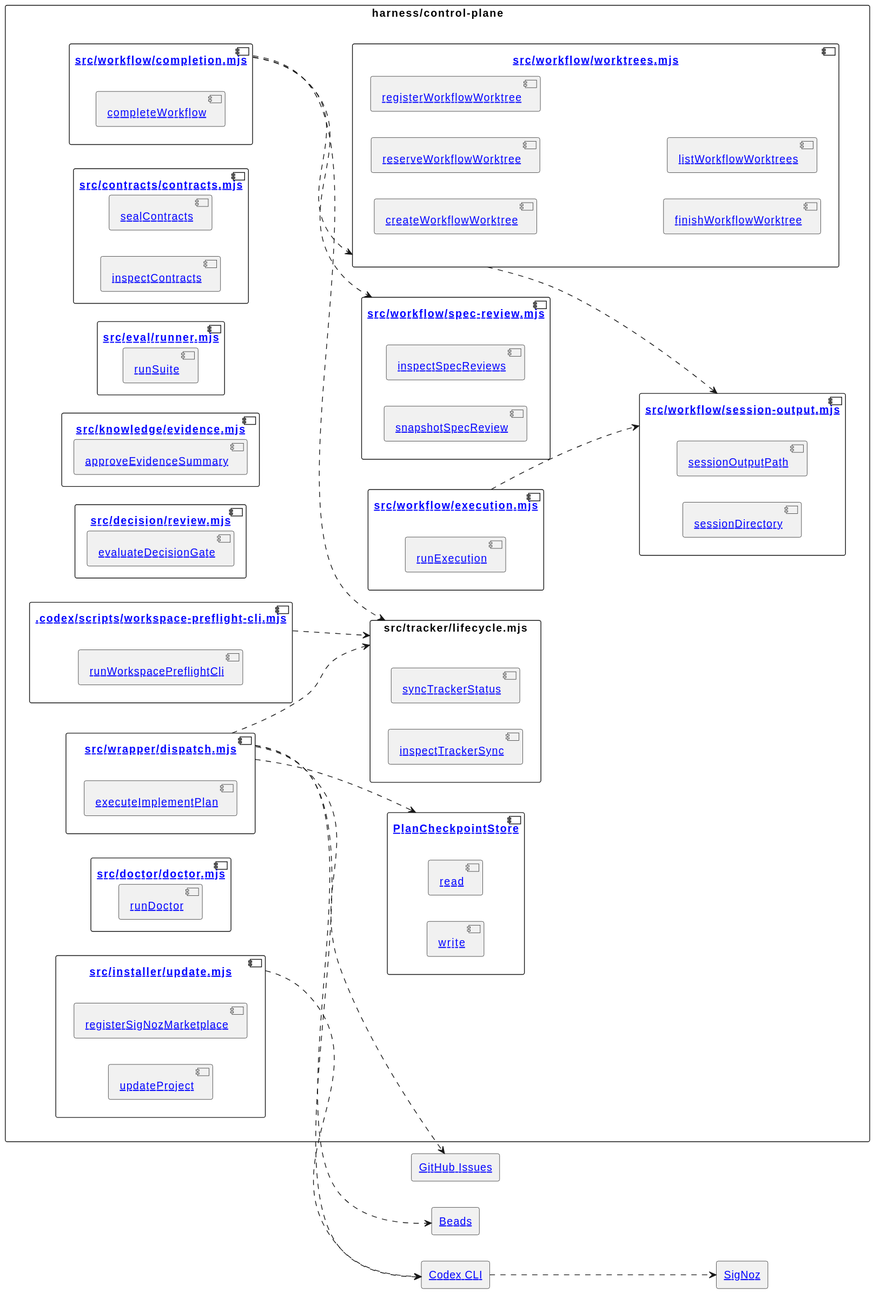
omegafrog/harness-codex keeps this PlantUML diagram as docs/contracts/diagrams/ddd.svg. Above is the earlier version.
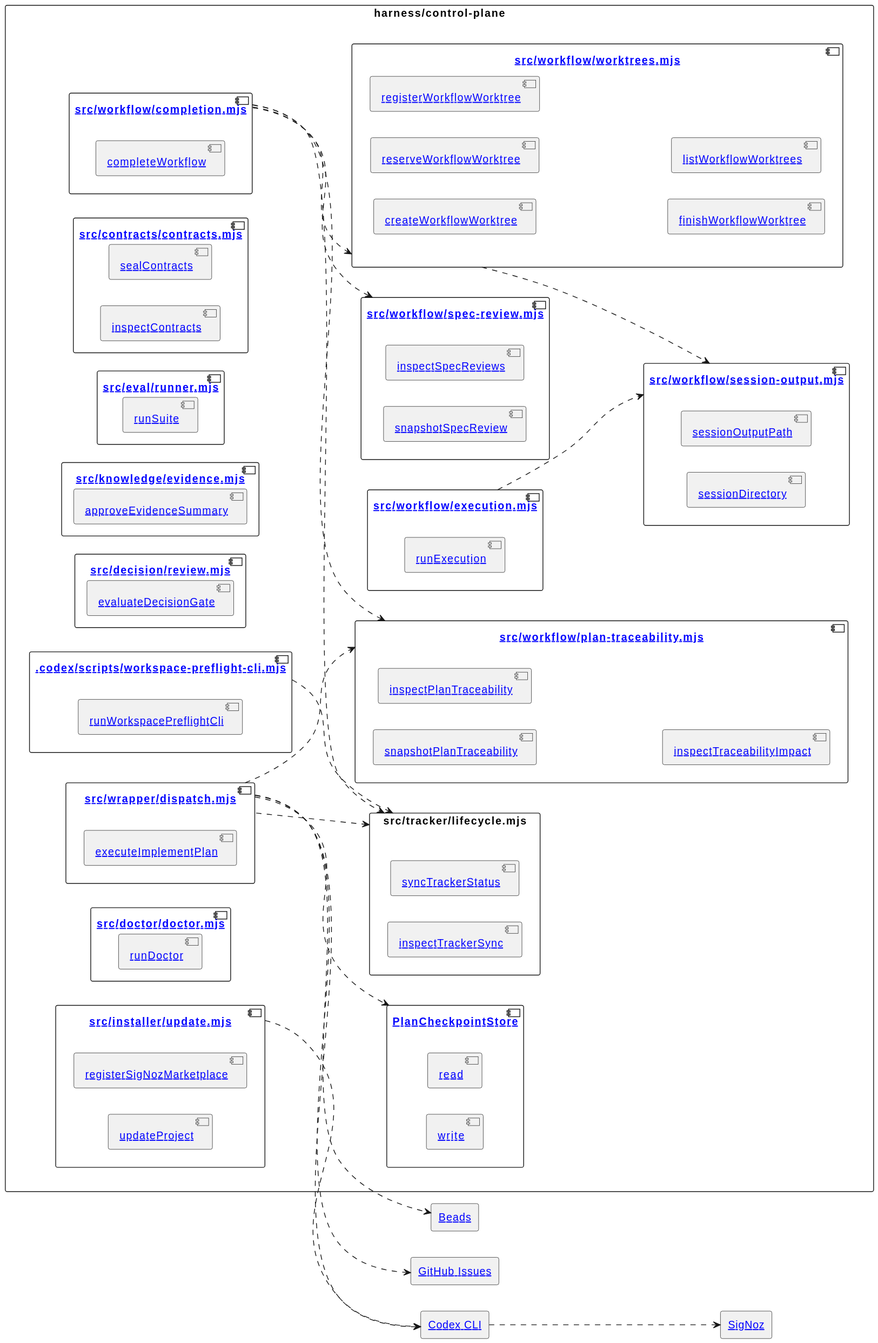
After the commit.

The edit, as a diff of the source:
```diff
@@ -46,6 +46,11 @@
     component "[[../architecture.md#snapshot-spec-review-method snapshotSpecReview]]" as snapshotSpecReview
     component "[[../architecture.md#inspect-spec-reviews-method inspectSpecReviews]]" as inspectSpecReviews
   }
+  component "[[../architecture.md#plan-traceability-service src/workflow/plan-traceability.mjs]]" as planTraceability {
+    component "[[../architecture.md#snapshot-plan-traceability-method snapshotPlanTraceability]]" as snapshotPlanTraceability
+    component "[[../architecture.md#inspect-plan-traceability-method inspectPlanTraceability]]" as inspectPlanTraceability
+    component "[[../architecture.md#inspect-traceability-impact-method inspectTraceabilityImpact]]" as inspectTraceabilityImpact
+  }
   component "[[../architecture.md#workflow-worktrees src/workflow/worktrees.mjs]]" as workflowWorktrees {
     component "[[../architecture.md#create-workflow-worktree createWorkflowWorktree]]" as createWorkflowWorktree
     component "[[../architecture.md#reserve-workflow-worktree reserveWorkflowWorktree]]" as reserveWorkflowWorktree
@@ -66,9 +71,11 @@
 codex ..> signoz
 workspace ..> trackerLifecycle
 wrapper ..> trackerLifecycle
+wrapper ..> planTraceability
 workflowCompletion ..> trackerLifecycle
 workflowCompletion ..> workflowWorktrees
 workflowCompletion ..> specReview
+workflowCompletion ..> planTraceability
 wrapper ..> checkpoint
 wrapper ..> codex
 wrapper ..> github
```
